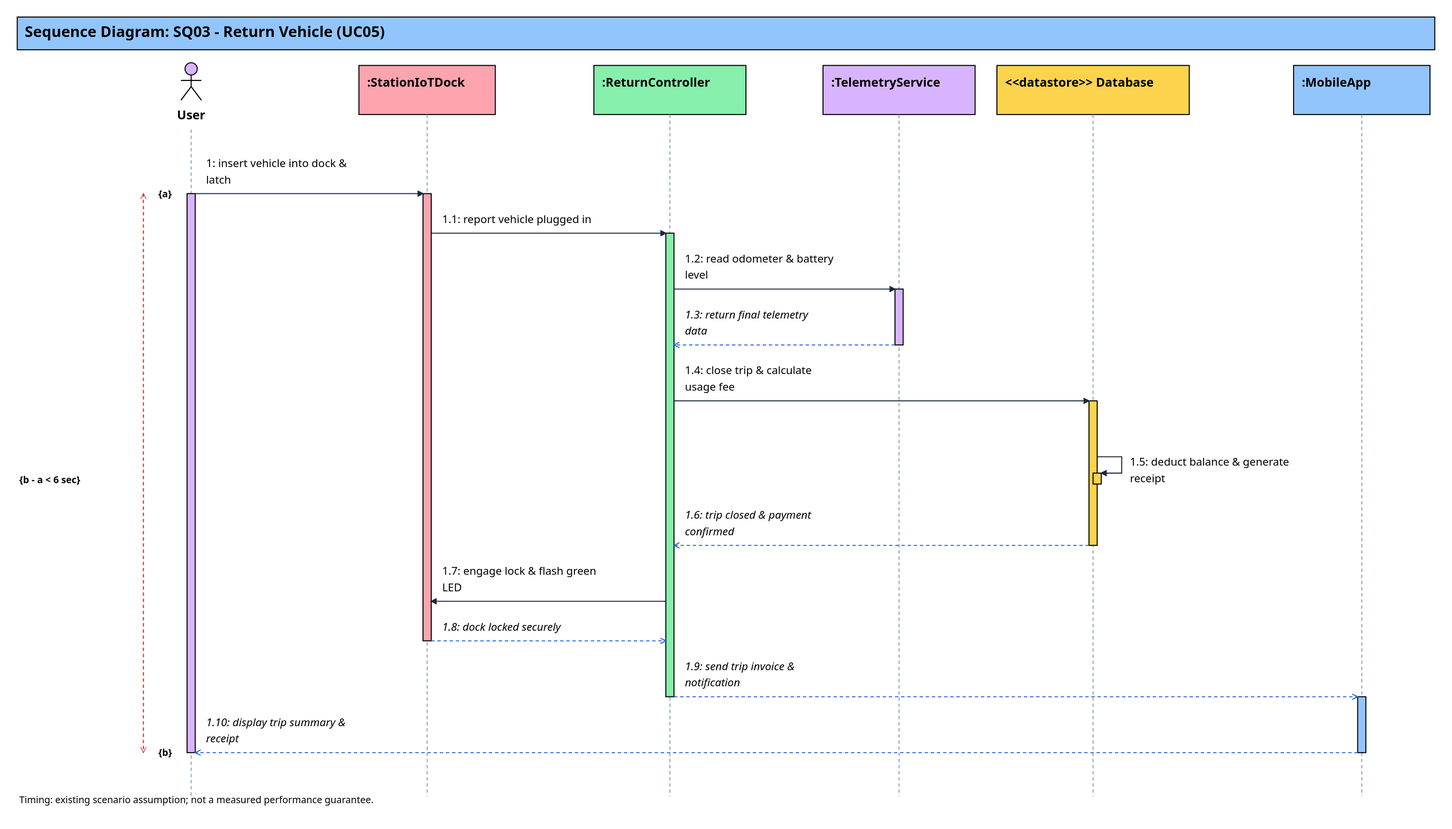
YdtTran/software-engineerning keeps this draw.io diagram as 01_Diagram/02_Sequence_Diagram/SQ03-Return_Vehicle.drawio.svg. Above is the earlier version. Source tidied: cells renumbered, new cells last; positions are measured from the earlier drawing's top-left corner, leaving out a move shared by most shapes.
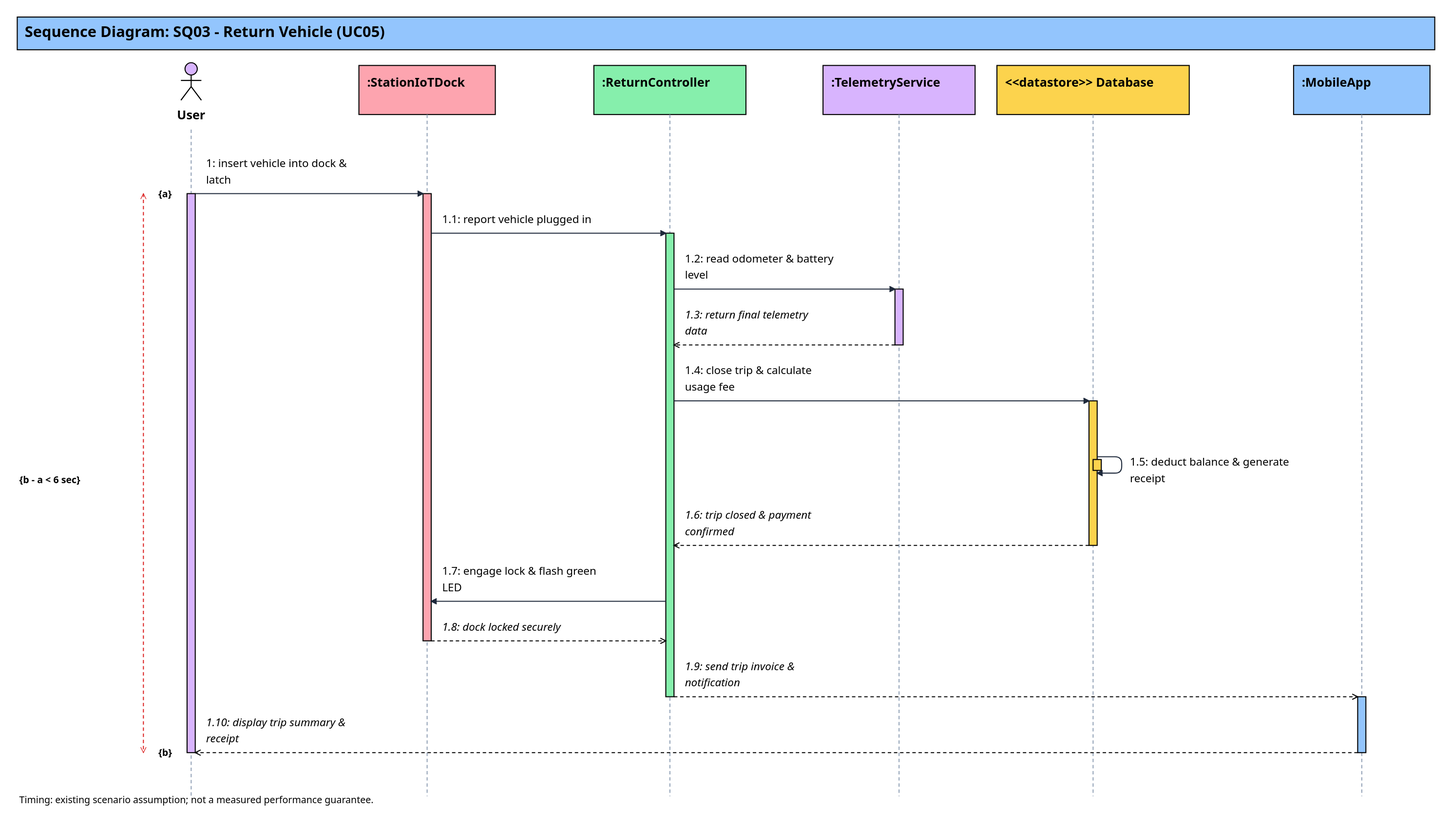
Later version of the same file.

What changed in the source:
```diff
@@ -128,7 +128,7 @@
     <mxCell id="34" value="1.2: read odometer &amp; battery&#10;level" style="html=0;fontFamily=Segoe UI;fontSize=16;fillColor=none;strokeColor=none;whiteSpace=wrap;text;align=left;verticalAlign=top;spacing=0;fontColor=#000000;fontSize=16;fontStyle=0;" parent="1" vertex="1">
       <mxGeometry x="979" y="343" width="292" height="48" as="geometry" />
     </mxCell>
-    <mxCell id="35" style="html=0;noEdgeStyle=1;rounded=0;strokeColor=#2563eb;strokeWidth=1.5;endArrow=open;endFill=0;dashed=1;" parent="1" edge="1">
+    <mxCell id="35" style="html=0;noEdgeStyle=1;rounded=0;strokeColor=#000000;strokeWidth=1.5;endArrow=open;endFill=0;dashed=1;" parent="1" edge="1">
       <mxGeometry relative="1" as="geometry">
         <mxPoint x="1287" y="481" as="sourcePoint" />
         <mxPoint x="963" y="481" as="targetPoint" />
@@ -147,12 +147,12 @@
       <mxGeometry x="979" y="507" width="292" height="48" as="geometry" />
     </mxCell>
     <mxCell id="39" style="html=0;fontFamily=Segoe UI;fontSize=16;fillColor=#fcd34d;strokeColor=#000000;whiteSpace=wrap;" parent="1" vertex="1">
-      <mxGeometry x="1577.5" y="669" width="12" height="16" as="geometry" />
+      <mxGeometry x="1577.5" y="649" width="12" height="16" as="geometry" />
     </mxCell>
-    <mxCell id="40" style="html=0;noEdgeStyle=1;rounded=0;strokeColor=#1e293b;strokeWidth=1.5;endArrow=block;endFill=1;dashed=0;" parent="1" edge="1">
+    <mxCell id="40" style="html=0;noEdgeStyle=1;rounded=1;arcSize=20;strokeColor=#1e293b;strokeWidth=1.5;endArrow=block;endFill=1;dashed=0;" parent="1" edge="1">
       <mxGeometry relative="1" as="geometry">
         <mxPoint x="1583.5" y="645" as="sourcePoint" />
-        <mxPoint x="1589.5" y="669" as="targetPoint" />
+        <mxPoint x="1583.5" y="669" as="targetPoint" />
         <Array as="points">
           <mxPoint x="1619.5" y="645" />
           <mxPoint x="1619.5" y="669" />
@@ -162,7 +162,7 @@
     <mxCell id="41" value="1.5: deduct balance &amp; generate&#10;receipt" style="html=0;fontFamily=Segoe UI;fontSize=16;fillColor=none;strokeColor=none;whiteSpace=wrap;text;align=left;verticalAlign=top;spacing=0;fontColor=#000000;fontSize=16;fontStyle=0;" parent="1" vertex="1">
       <mxGeometry x="1631.5" y="641" width="312" height="48" as="geometry" />
     </mxCell>
-    <mxCell id="42" style="html=0;noEdgeStyle=1;rounded=0;strokeColor=#2563eb;strokeWidth=1.5;endArrow=open;endFill=0;dashed=1;" parent="1" edge="1">
+    <mxCell id="42" style="html=0;noEdgeStyle=1;rounded=0;strokeColor=#000000;strokeWidth=1.5;endArrow=open;endFill=0;dashed=1;" parent="1" edge="1">
       <mxGeometry relative="1" as="geometry">
         <mxPoint x="1571.5" y="775" as="sourcePoint" />
         <mxPoint x="963" y="775" as="targetPoint" />
@@ -180,7 +180,7 @@
     <mxCell id="45" value="1.7: engage lock &amp; flash green&#10;LED" style="html=0;fontFamily=Segoe UI;fontSize=16;fillColor=none;strokeColor=none;whiteSpace=wrap;text;align=left;verticalAlign=top;spacing=0;fontColor=#000000;fontSize=16;fontStyle=0;" parent="1" vertex="1">
       <mxGeometry x="623" y="801" width="312" height="48" as="geometry" />
     </mxCell>
-    <mxCell id="46" style="html=0;noEdgeStyle=1;rounded=0;strokeColor=#2563eb;strokeWidth=1.5;endArrow=open;endFill=0;dashed=1;" parent="1" edge="1">
+    <mxCell id="46" style="html=0;noEdgeStyle=1;rounded=0;strokeColor=#000000;strokeWidth=1.5;endArrow=open;endFill=0;dashed=1;" parent="1" edge="1">
       <mxGeometry relative="1" as="geometry">
         <mxPoint x="607" y="915" as="sourcePoint" />
         <mxPoint x="951" y="915" as="targetPoint" />
@@ -189,7 +189,7 @@
     <mxCell id="47" value="1.8: dock locked securely" style="html=0;fontFamily=Segoe UI;fontSize=16;fillColor=none;strokeColor=none;whiteSpace=wrap;text;align=left;verticalAlign=top;spacing=0;fontColor=#000000;fontSize=16;fontStyle=2;" parent="1" vertex="1">
       <mxGeometry x="623" y="883" width="312" height="24" as="geometry" />
     </mxCell>
-    <mxCell id="48" style="html=0;noEdgeStyle=1;rounded=0;strokeColor=#2563eb;strokeWidth=1.5;endArrow=open;endFill=0;dashed=1;" parent="1" edge="1">
+    <mxCell id="48" style="html=0;noEdgeStyle=1;rounded=0;strokeColor=#000000;strokeWidth=1.5;endArrow=open;endFill=0;dashed=1;" parent="1" edge="1">
       <mxGeometry relative="1" as="geometry">
         <mxPoint x="963" y="997" as="sourcePoint" />
         <mxPoint x="1965.5" y="997" as="targetPoint" />
@@ -198,7 +198,7 @@
     <mxCell id="49" value="1.9: send trip invoice &amp;&#10;notification" style="html=0;fontFamily=Segoe UI;fontSize=16;fillColor=none;strokeColor=none;whiteSpace=wrap;text;align=left;verticalAlign=top;spacing=0;fontColor=#000000;fontSize=16;fontStyle=2;" parent="1" vertex="1">
       <mxGeometry x="979" y="941" width="292" height="48" as="geometry" />
     </mxCell>
-    <mxCell id="50" style="html=0;noEdgeStyle=1;rounded=0;strokeColor=#2563eb;strokeWidth=1.5;endArrow=open;endFill=0;dashed=1;" parent="1" edge="1">
+    <mxCell id="50" style="html=0;noEdgeStyle=1;rounded=0;strokeColor=#000000;strokeWidth=1.5;endArrow=open;endFill=0;dashed=1;" parent="1" edge="1">
       <mxGeometry relative="1" as="geometry">
         <mxPoint x="1965.5" y="1079" as="sourcePoint" />
         <mxPoint x="261" y="1079" as="targetPoint" />
```
